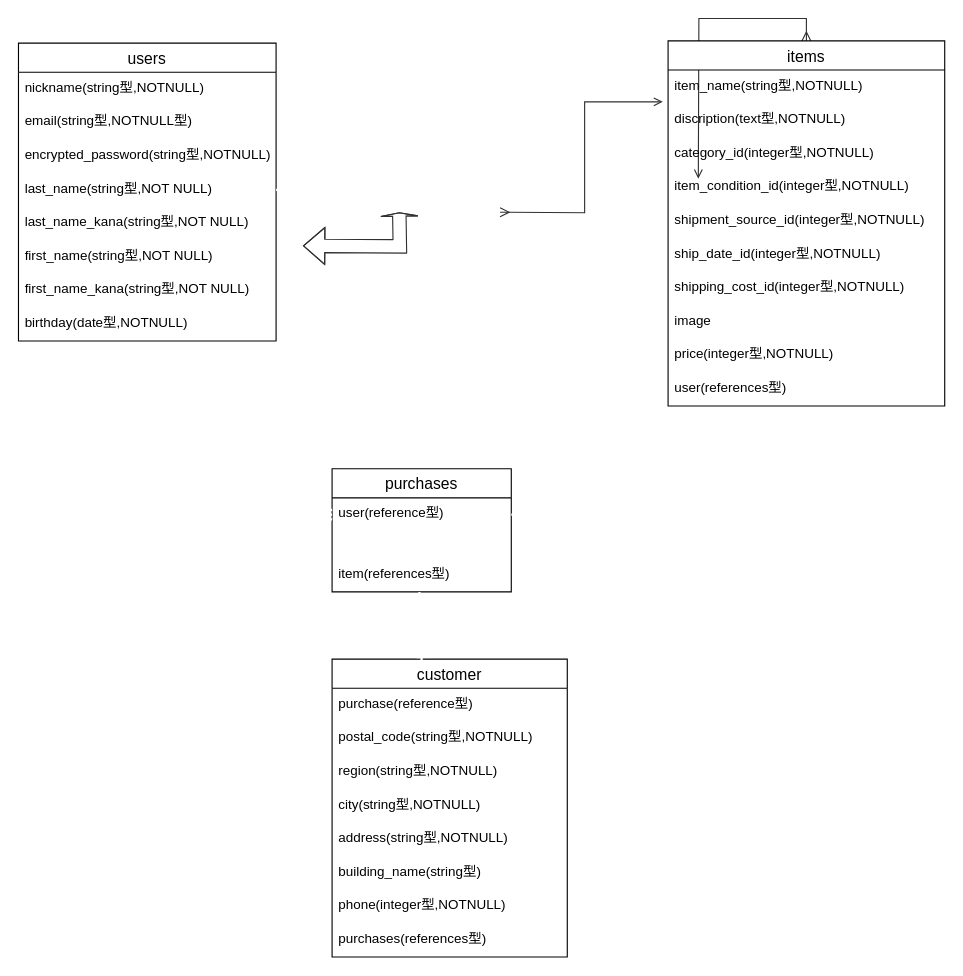
Above: furima.dio in keisuke0831/furima-31145 (draw.io), before the change. Source tidied: cells renumbered, new cells numbered last; positions are measured from the earlier drawing's top-left corner, leaving out a move shared by most shapes. Both pictures are drawn from the tidied source at 112%, with x=0, y=0 at pixel (18, 40).
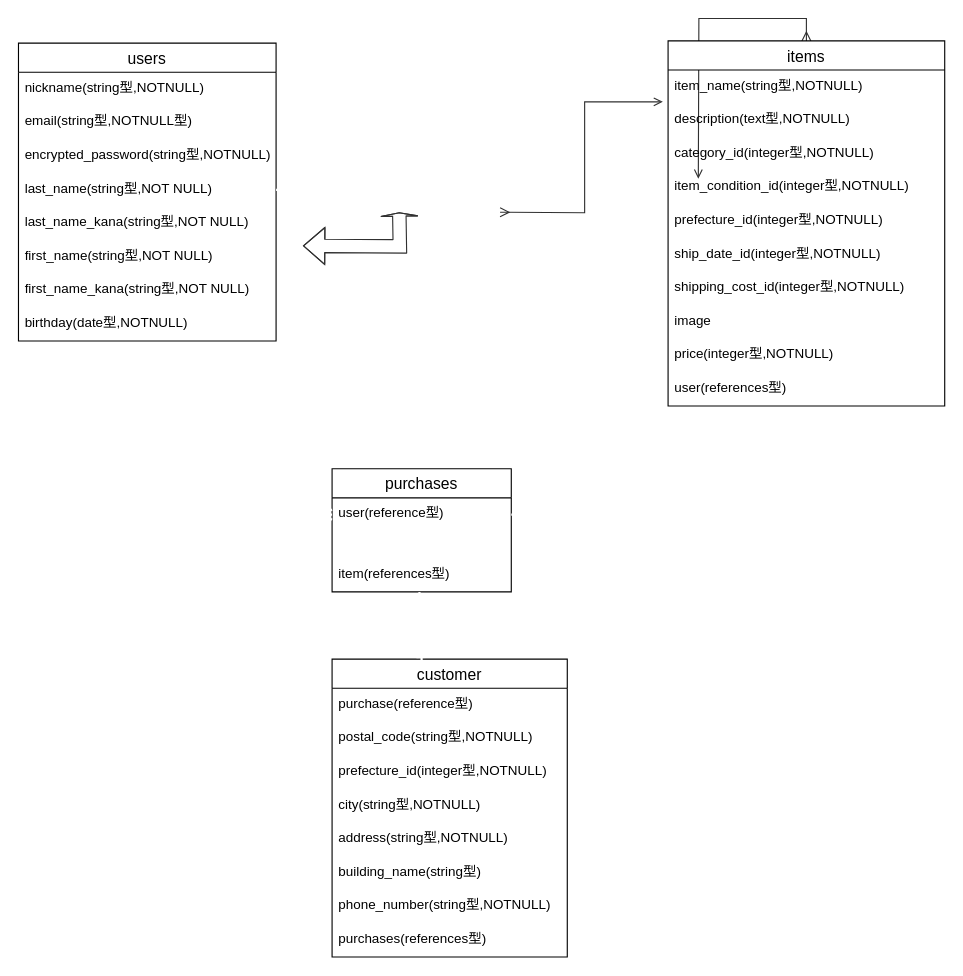
The same page after the edit.

The change refers to these unchanged cells:
```xml
<mxCell id="19" value="items" style="swimlane;fontStyle=0;horizontal=1;startSize=26;align=center;fontSize=14;" parent="1" vertex="1">
  <mxGeometry x="580" width="247" height="326" as="geometry" />
</mxCell>
<mxCell id="30" value="customer" style="swimlane;fontStyle=0;horizontal=1;startSize=26;align=center;fontSize=14;" parent="1" vertex="1">
  <mxGeometry x="280" y="552" width="210" height="266" as="geometry" />
</mxCell>
```

What changed in the source:
```diff
@@
-    <mxCell id="21" value="discription(text型,NOTNULL)" style="text;strokeColor=none;fillColor=none;spacingLeft=4;spacingRight=4;overflow=hidden;fontSize=12;" parent="19" vertex="1">
+    <mxCell id="21" value="description(text型,NOTNULL)" style="text;strokeColor=none;fillColor=none;spacingLeft=4;spacingRight=4;overflow=hidden;fontSize=12;" parent="19" vertex="1">
       <mxGeometry y="56" width="247" height="30" as="geometry" />
     </mxCell>
@@
-    <mxCell id="24" value="shipment_source_id(integer型,NOTNULL)" style="text;strokeColor=none;fillColor=none;spacingLeft=4;spacingRight=4;overflow=hidden;fontSize=12;" parent="19" vertex="1">
+    <mxCell id="24" value="prefecture_id(integer型,NOTNULL)" style="text;strokeColor=none;fillColor=none;spacingLeft=4;spacingRight=4;overflow=hidden;fontSize=12;" parent="19" vertex="1">
       <mxGeometry y="146" width="247" height="30" as="geometry" />
     </mxCell>
@@
-    <mxCell id="33" value="region(string型,NOTNULL)" style="text;strokeColor=none;fillColor=none;spacingLeft=4;spacingRight=4;overflow=hidden;fontSize=12;" parent="30" vertex="1">
+    <mxCell id="33" value="prefecture_id(integer型,NOTNULL)" style="text;strokeColor=none;fillColor=none;spacingLeft=4;spacingRight=4;overflow=hidden;fontSize=12;" parent="30" vertex="1">
       <mxGeometry y="86" width="210" height="30" as="geometry" />
     </mxCell>
@@
-    <mxCell id="37" value="phone(integer型,NOTNULL)" style="text;strokeColor=none;fillColor=none;spacingLeft=4;spacingRight=4;overflow=hidden;fontSize=12;" parent="30" vertex="1">
+    <mxCell id="37" value="phone_number(string型,NOTNULL)" style="text;strokeColor=none;fillColor=none;spacingLeft=4;spacingRight=4;overflow=hidden;fontSize=12;" parent="30" vertex="1">
       <mxGeometry y="206" width="210" height="30" as="geometry" />
     </mxCell>
```
